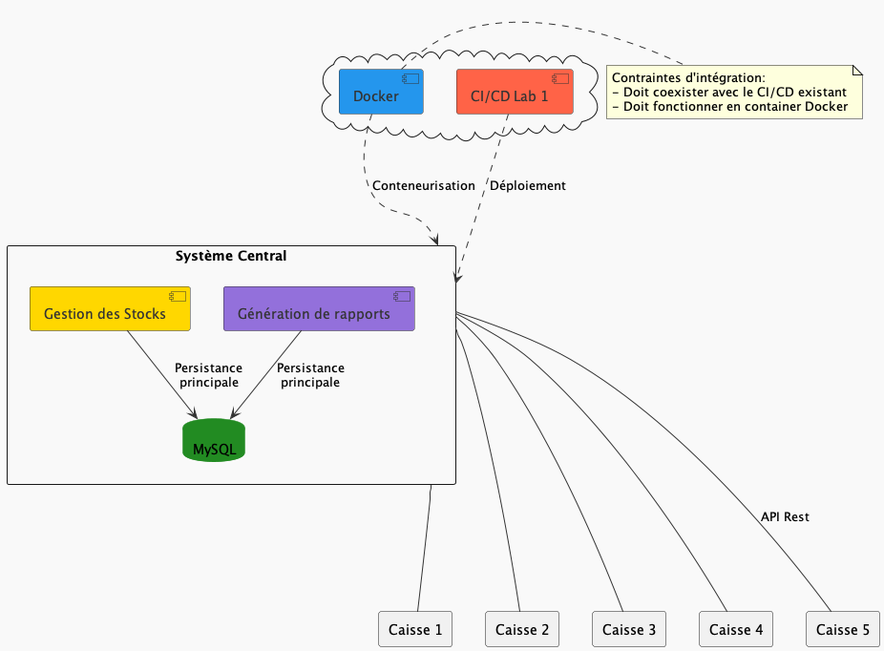
Before: out/docs_lab2/UML/ContexteTechnique/ContexteTechnique.png, a diagram exported from PlantUML (ErwanDerrien/GestionnaireMagasin). The source it was exported from:
```plantuml
@startuml ContexteTechnique

skinparam {
    BackgroundColor #F9F9F9
    ArrowColor #333333
    ComponentBorderColor #333333
    ComponentFontColor #333333
    DatabaseBorderColor #228B22
    QueueBorderColor #FF8C00
    InterfaceBorderColor #1E90FF
}

rectangle "Système Central" as sc {
    component "Gestion des Stocks" as stocks #FFD700
    component "Génération de rapports" as rapports #9370DB
    database "MySQL" as db #228B22
}

cloud {
    component "CI/CD Lab 1" as cicd #FF6347
    component "Docker" as docker #2496ED
}

rectangle "Caisse 1" as c1
rectangle "Caisse 2" as c2
rectangle "Caisse 3" as c3
rectangle "Caisse 4" as c4
rectangle "Caisse 5" as c5

stocks --> db : "Persistance\nprincipale"
rapports --> db : "Persistance\nprincipale"

cicd ...> sc : "Déploiement"
docker ...> sc : "Conteneurisation"


sc ---- c1
sc ---- c2
sc ---- c3
sc ---- c4
sc ---- c5 : "API Rest"

note right of docker
    Contraintes d'intégration:
    - Doit coexister avec le CI/CD existant
    - Doit fonctionner en container Docker
end note

@enduml
```
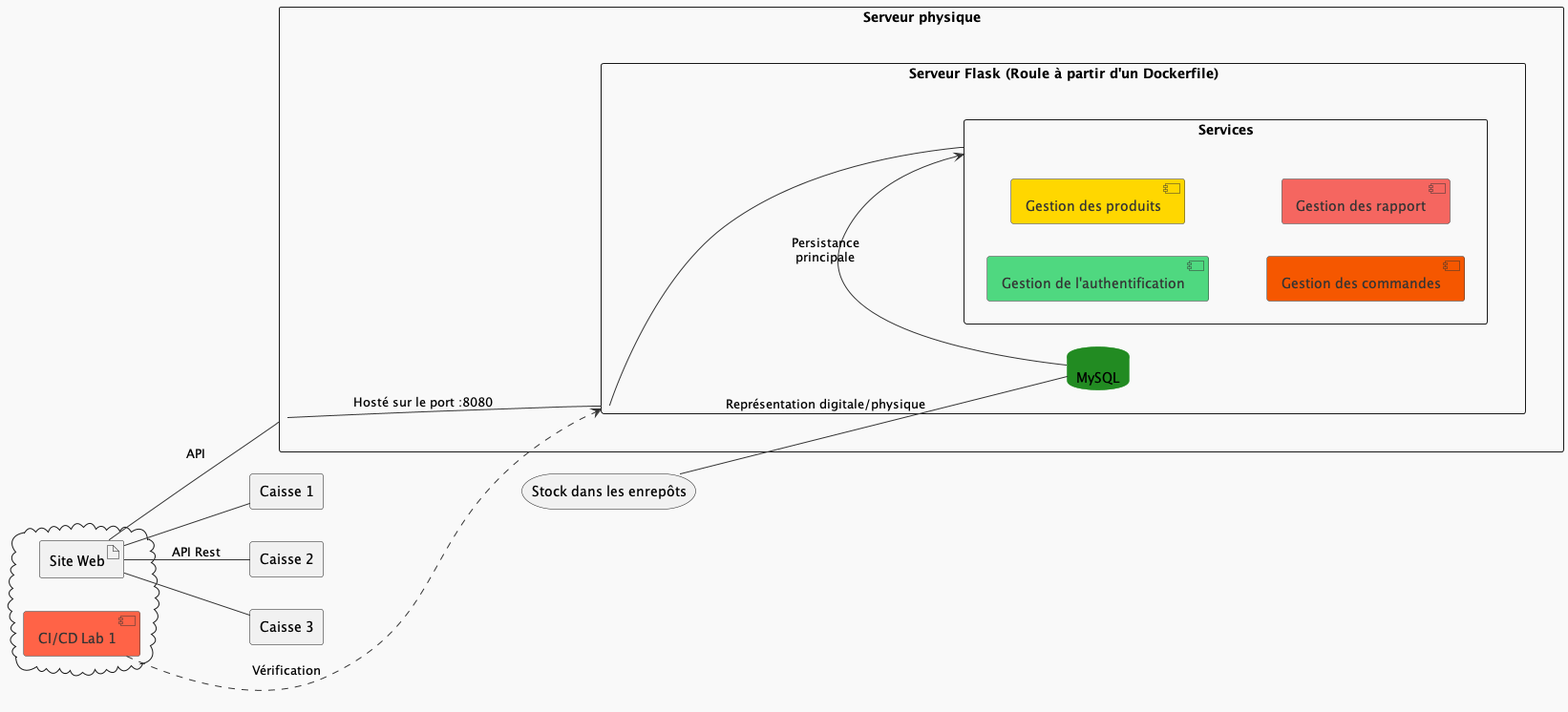
Above is the later version.

Change to the diagram source:
```diff
@@ -1,4 +1,6 @@
 @startuml ContexteTechnique
+
+left to right direction
 
 skinparam {
     BackgroundColor #F9F9F9
@@ -10,40 +12,39 @@
     InterfaceBorderColor #1E90FF
 }
 
-rectangle "Système Central" as sc {
-    component "Gestion des Stocks" as stocks #FFD700
-    component "Génération de rapports" as rapports #9370DB
-    database "MySQL" as db #228B22
-}
+storage "Stock dans les enrepôts" as se
 
-cloud {
-    component "CI/CD Lab 1" as cicd #FF6347
-    component "Docker" as docker #2496ED
+rectangle "Serveur physique" as sp {
+    rectangle "Serveur Flask (Roule à partir d'un Dockerfile)" as sc {
+        database "MySQL" as db #228B22
+        rectangle Services {
+            component "Gestion de l'authentification" as login #4FD880
+            component "Gestion des produits" as products #FFD700
+            component "Gestion des commandes" as orders #F55700
+            component "Gestion des rapport" as reports #F56660
+        }
+    }
+    sp -- sc : "Hosté sur le port :8080"
 }
 
 rectangle "Caisse 1" as c1
 rectangle "Caisse 2" as c2
 rectangle "Caisse 3" as c3
-rectangle "Caisse 4" as c4
-rectangle "Caisse 5" as c5
 
-stocks --> db : "Persistance\nprincipale"
-rapports --> db : "Persistance\nprincipale"
+cloud {
+    component "CI/CD Lab 1" as cicd #FF6347
+    artifact "Site Web" as sw
+}
 
-cicd ...> sc : "Déploiement"
-docker ...> sc : "Conteneurisation"
+db -> Services : "Persistance\nprincipale"
+cicd ...> sc : "Vérification"
 
+se -- db : Représentation digitale/physique
 
-sc ---- c1
-sc ---- c2
-sc ---- c3
-sc ---- c4
-sc ---- c5 : "API Rest"
-
-note right of docker
-    Contraintes d'intégration:
-    - Doit coexister avec le CI/CD existant
-    - Doit fonctionner en container Docker
-end note
+sw - sp : API
+sc -- Services
+sw -- c1
+sw -- c2 : "API Rest"
+sw -- c3
 
 @enduml
```
